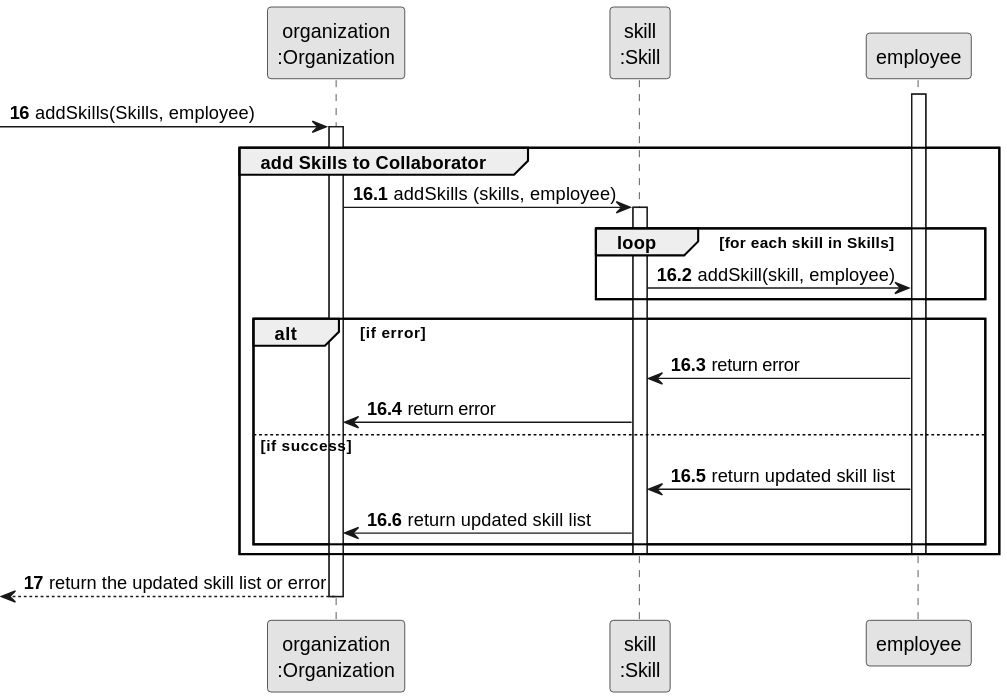
Earlier version of the PlantUML export docs/sprintB/us004/03.design/svg/us004-sequence-diagram-partial-add-skill.svg (RicardoMorim/lapr2-ISEP-Project). Its diagram source:
```plantuml
@startuml
skinparam monochrome true
skinparam packageStyle rectangle
skinparam shadowing false

participant "organization\n:Organization" as ORG
participant "skill\n:Skill" as SKILL

autonumber 16
-> ORG: addSkills(Skills, employee)

autonumber 16.1
activate ORG
    group add Skills to Collaborator

        ORG -> SKILL: addSkills (skills, employee)


        activate SKILL
        loop for each skill in Skills
            SKILL -> employee: addSkill(skill, employee)
        end

        activate employee
        alt if error
            employee -> SKILL: return error
            SKILL -> ORG: return error
        else if success
            employee -> SKILL: return updated skill list
            SKILL -> ORG: return updated skill list

        end

        deactivate employee
        deactivate SKILL
    end

    autonumber 17
    <-- ORG : return the updated skill list or error
deactivate ORG
@enduml
```
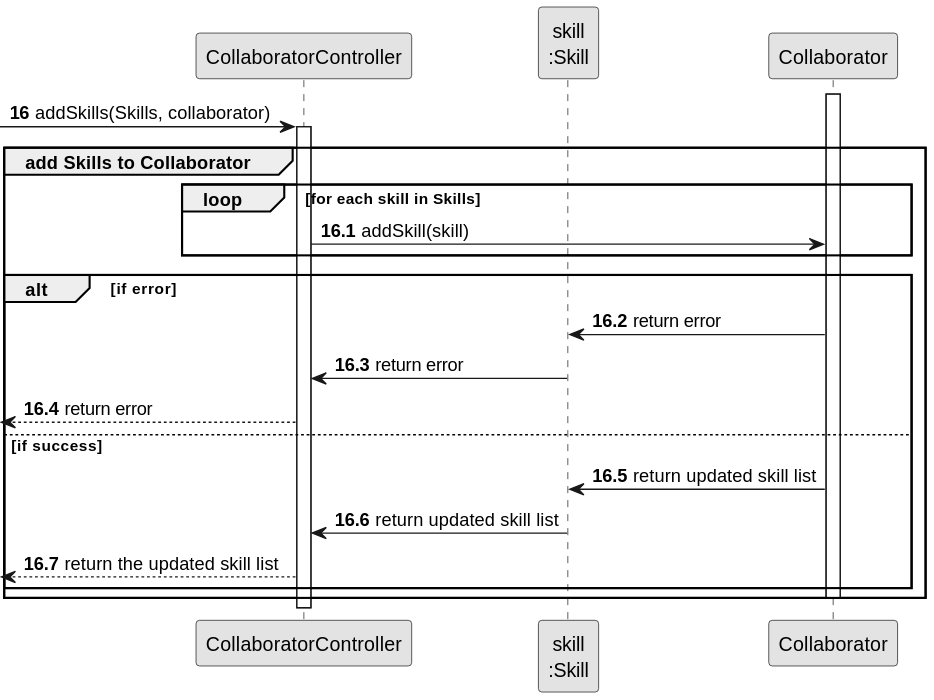
The same file after the commit.

The edit, as a diff of the source:
```diff
@@ -3,39 +3,35 @@
 skinparam packageStyle rectangle
 skinparam shadowing false
 
-participant "organization\n:Organization" as ORG
+participant "CollaboratorController" as CTRL
 participant "skill\n:Skill" as SKILL
 
 autonumber 16
--> ORG: addSkills(Skills, employee)
+-> CTRL: addSkills(Skills, collaborator)
 
 autonumber 16.1
-activate ORG
+activate CTRL
     group add Skills to Collaborator
 
-        ORG -> SKILL: addSkills (skills, employee)
-
-
-        activate SKILL
         loop for each skill in Skills
-            SKILL -> employee: addSkill(skill, employee)
+            CTRL -> Collaborator: addSkill(skill)
         end
 
-        activate employee
+        activate Collaborator
         alt if error
-            employee -> SKILL: return error
-            SKILL -> ORG: return error
+            Collaborator -> SKILL: return error
+            SKILL -> CTRL: return error
+            <-- CTRL : return error
         else if success
-            employee -> SKILL: return updated skill list
-            SKILL -> ORG: return updated skill list
-
+            Collaborator -> SKILL: return updated skill list
+            SKILL -> CTRL: return updated skill list
+            <-- CTRL : return the updated skill list
         end
 
-        deactivate employee
-        deactivate SKILL
+        deactivate Collaborator
+    deactivate SKILL
     end
 
     autonumber 17
-    <-- ORG : return the updated skill list or error
-deactivate ORG
+deactivate CTRL
 @enduml
```
